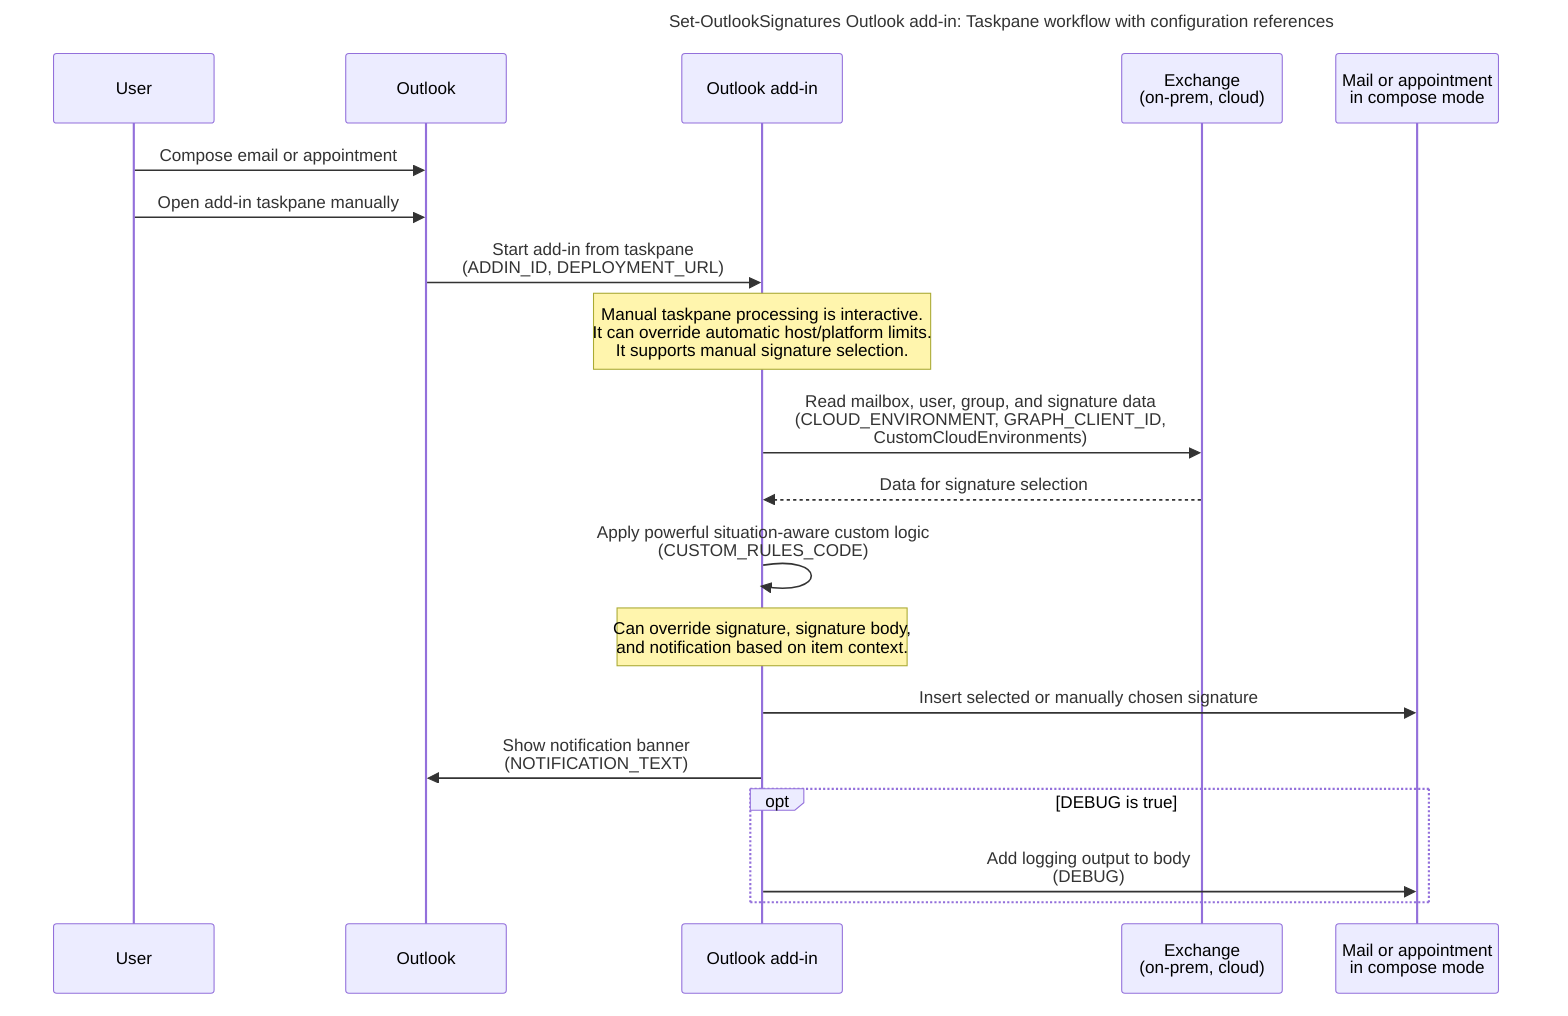
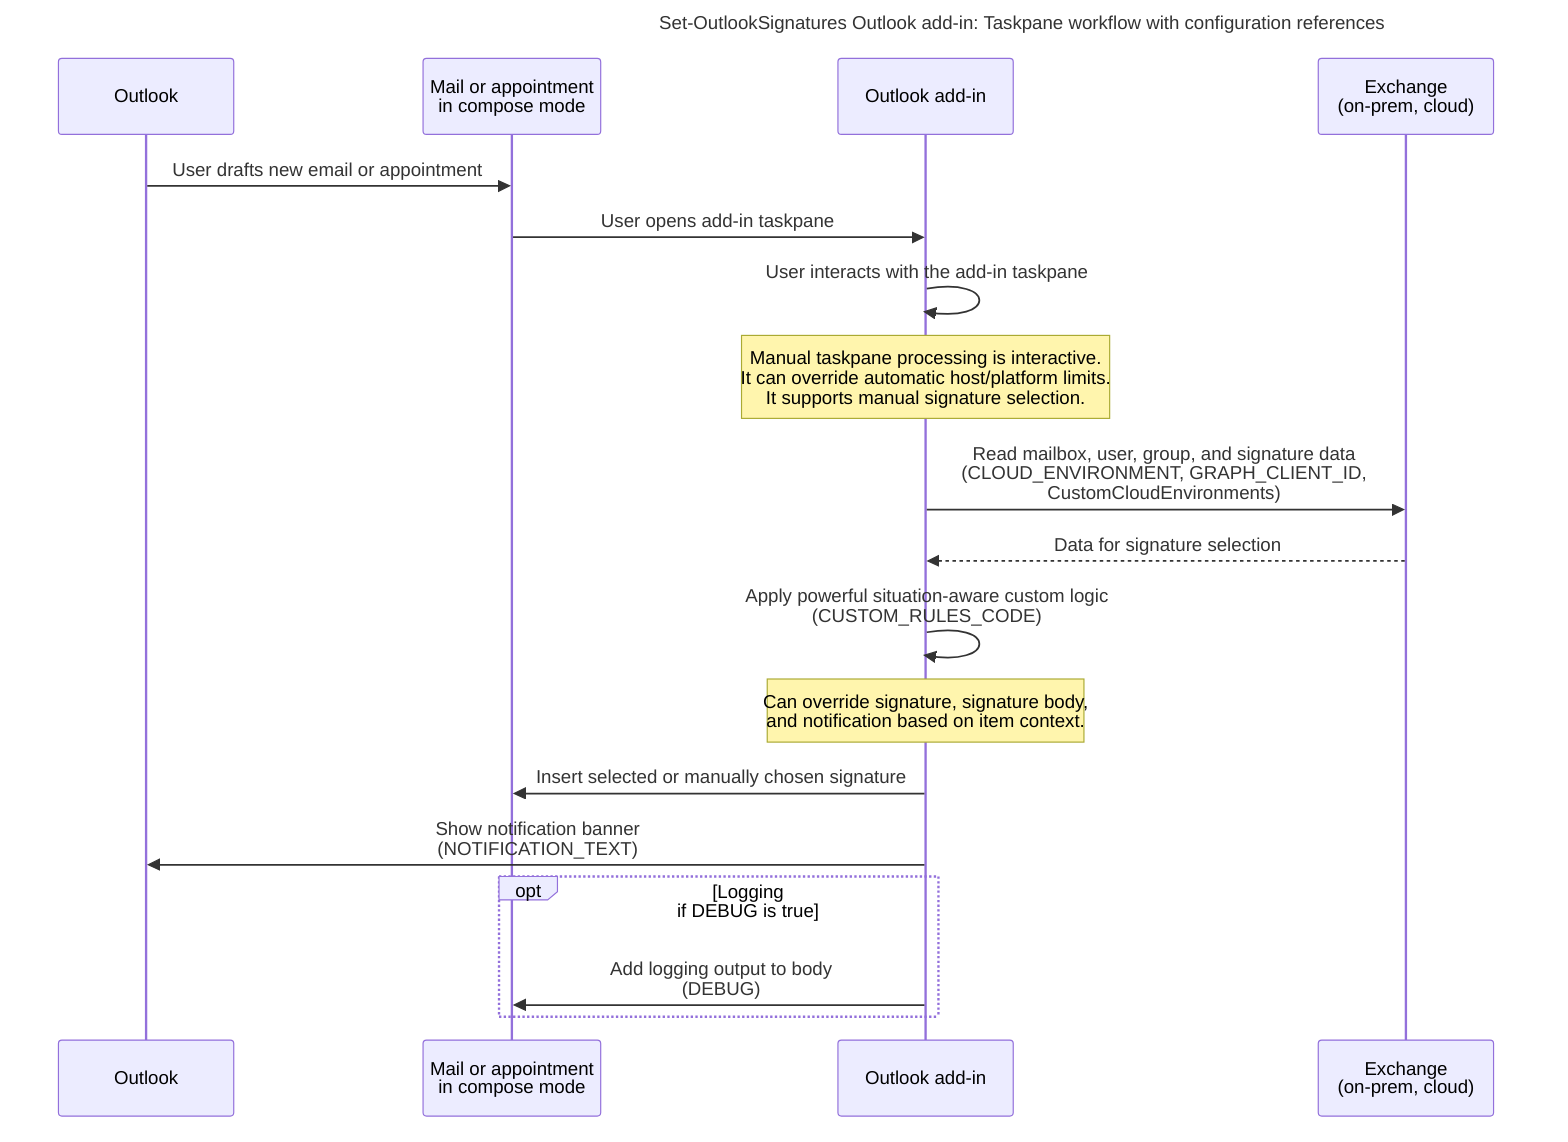
---
title: "Set-OutlookSignatures Outlook add-in: Taskpane workflow with configuration references"
config:
  layout: elk
---
sequenceDiagram
-     participant User
    participant Outlook
+     participant Item as Mail or appointment<br>in compose mode
    participant AddIn as Outlook add-in
    participant Exchange as Exchange<br>(on-prem, cloud)
-     participant Item as Mail or appointment<br>in compose mode

-     User->>Outlook: Compose email or appointment
-     User->>Outlook: Open add-in taskpane manually
-     Outlook->>AddIn: Start add-in from taskpane<br>(ADDIN_ID, DEPLOYMENT_URL)
+     Outlook->>Item: User drafts new email or appointment
+     Item->>AddIn: User opens add-in taskpane
+     AddIn->>AddIn: User interacts with the add-in taskpane

    Note over AddIn: Manual taskpane processing is interactive.<br>It can override automatic host/platform limits.<br>It supports manual signature selection.

    AddIn->>Exchange: Read mailbox, user, group, and signature data<br>(CLOUD_ENVIRONMENT, GRAPH_CLIENT_ID,<br>CustomCloudEnvironments)
    Exchange-->>AddIn: Data for signature selection
    AddIn->>AddIn: Apply powerful situation-aware custom logic<br>(CUSTOM_RULES_CODE)
    Note over AddIn: Can override signature, signature body,<br>and notification based on item context.
    AddIn->>Item: Insert selected or manually chosen signature
    AddIn->>Outlook: Show notification banner<br>(NOTIFICATION_TEXT)

-     opt DEBUG is true
+     opt Logging<br>if DEBUG is true
        AddIn->>Item: Add logging output to body<br>(DEBUG)
    end